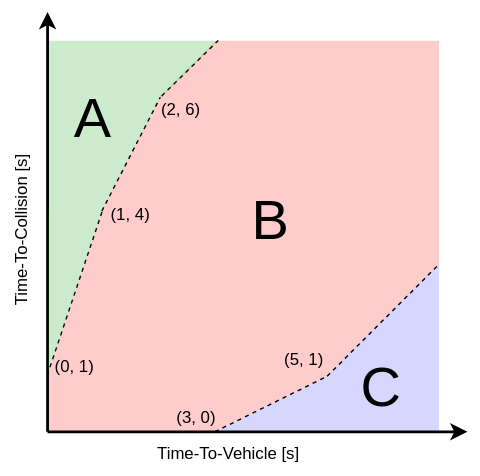
Above: pr-8165/planning/behavior_velocity_planner/autoware_behavior_velocity_crosswalk_module/docs/ttc_vs_ttv.drawio.svg in autowarefoundation/autoware_universe (draw.io), before the change. Source tidied: cells renumbered, new cells last; positions are measured from the earlier drawing's top-left corner, leaving out a move shared by most shapes. Its diagram source:
```xml
<mxGraphModel>
  <root>
    <mxCell id="0" />
    <mxCell id="1" parent="0" />
    <mxCell id="2" style="verticalLabelPosition=bottom;verticalAlign=top;html=1;shape=mxgraph.basic.diag_snip_rect;dx=60.33;whiteSpace=wrap;strokeColor=none;fillColor=#FF0000;opacity=20;" parent="1" vertex="1">
      <mxGeometry x="98.2" y="20.6" width="280" height="280" as="geometry" />
    </mxCell>
    <mxCell id="3" style="endArrow=none;dashed=1;html=1;rounded=0;" parent="1" edge="1">
      <mxGeometry relative="1" as="geometry">
        <mxPoint x="180" y="60" as="sourcePoint" />
        <mxPoint x="220.5" y="20.3" as="targetPoint" />
      </mxGeometry>
    </mxCell>
    <mxCell id="4" value="(5, 1)" style="text;html=1;strokeColor=none;fillColor=none;align=center;verticalAlign=middle;whiteSpace=wrap;rounded=0;" parent="1" vertex="1">
      <mxGeometry x="252" y="234" width="60" height="30" as="geometry" />
    </mxCell>
    <mxCell id="5" value="(1, 4)" style="text;html=1;strokeColor=none;fillColor=none;align=center;verticalAlign=middle;whiteSpace=wrap;rounded=0;" parent="1" vertex="1">
      <mxGeometry x="128.2" y="130.3" width="60" height="30" as="geometry" />
    </mxCell>
    <mxCell id="6" value="(2, 6)" style="text;html=1;strokeColor=none;fillColor=none;align=center;verticalAlign=middle;whiteSpace=wrap;rounded=0;" parent="1" vertex="1">
      <mxGeometry x="164.2" y="55.3" width="60" height="30" as="geometry" />
    </mxCell>
    <mxCell id="7" style="verticalLabelPosition=bottom;verticalAlign=top;html=1;shape=mxgraph.basic.orthogonal_triangle;fillColor=#3333FF;opacity=20;rotation=-90;strokeColor=none;" parent="1" vertex="1">
      <mxGeometry x="257.5" y="179.8" width="120.8" height="120.8" as="geometry" />
    </mxCell>
    <mxCell id="8" style="verticalLabelPosition=bottom;verticalAlign=top;html=1;shape=mxgraph.basic.orthogonal_triangle;fillColor=#FFFFFF;strokeColor=none;rotation=-90;" parent="1" vertex="1">
      <mxGeometry x="238.5" y="240" width="39.5" height="80.5" as="geometry" />
    </mxCell>
    <mxCell id="9" style="verticalLabelPosition=bottom;verticalAlign=top;html=1;shape=mxgraph.basic.orthogonal_triangle;fillColor=#009900;opacity=20;rotation=90;strokeColor=none;" parent="1" vertex="1">
      <mxGeometry x="99.2" y="20.6" width="120.8" height="120.8" as="geometry" />
    </mxCell>
    <mxCell id="10" style="verticalLabelPosition=bottom;verticalAlign=top;html=1;shape=mxgraph.basic.orthogonal_triangle;fillColor=#FFFFFF;strokeColor=none;rotation=-180;flipH=1;" parent="1" vertex="1">
      <mxGeometry x="98" y="60.5" width="81" height="157.5" as="geometry" />
    </mxCell>
    <mxCell id="11" value="(0, 1)" style="text;html=1;strokeColor=none;fillColor=none;align=center;verticalAlign=middle;whiteSpace=wrap;rounded=0;" parent="1" vertex="1">
      <mxGeometry x="87.5" y="239" width="60" height="30" as="geometry" />
    </mxCell>
    <mxCell id="12" value="(3, 0)" style="text;html=1;strokeColor=none;fillColor=none;align=center;verticalAlign=middle;whiteSpace=wrap;rounded=0;" parent="1" vertex="1">
      <mxGeometry x="175" y="275" width="60" height="30" as="geometry" />
    </mxCell>
    <mxCell id="13" value="Time-To-Vehicle [s]" style="text;html=1;strokeColor=none;fillColor=none;align=center;verticalAlign=middle;whiteSpace=wrap;rounded=0;" parent="1" vertex="1">
      <mxGeometry x="147.5" y="300.6" width="160" height="30" as="geometry" />
    </mxCell>
    <mxCell id="14" style="verticalLabelPosition=bottom;verticalAlign=top;html=1;shape=mxgraph.basic.orthogonal_triangle;fillColor=#009900;strokeColor=none;rotation=-180;flipH=1;opacity=20;" parent="1" vertex="1">
      <mxGeometry x="98" y="60.5" width="81" height="157.5" as="geometry" />
    </mxCell>
    <mxCell id="15" style="verticalLabelPosition=bottom;verticalAlign=top;html=1;shape=mxgraph.basic.orthogonal_triangle;fillColor=#FFFFFF;strokeColor=none;rotation=-180;flipH=1;" parent="1" vertex="1">
      <mxGeometry x="99" y="141" width="39" height="116.5" as="geometry" />
    </mxCell>
    <mxCell id="16" style="endArrow=none;dashed=1;html=1;rounded=0;" parent="1" edge="1">
      <mxGeometry relative="1" as="geometry">
        <mxPoint x="98.2" y="259.6" as="sourcePoint" />
        <mxPoint x="138.2" y="140.3" as="targetPoint" />
      </mxGeometry>
    </mxCell>
    <mxCell id="17" style="endArrow=classic;html=1;rounded=0;strokeWidth=2;" parent="1" edge="1">
      <mxGeometry relative="1" as="geometry">
        <mxPoint x="98.5" y="300" as="sourcePoint" />
        <mxPoint x="98.5" as="targetPoint" />
      </mxGeometry>
    </mxCell>
    <mxCell id="18" style="endArrow=none;dashed=1;html=1;rounded=0;" parent="1" edge="1">
      <mxGeometry relative="1" as="geometry">
        <mxPoint x="137.2" y="142.3" as="sourcePoint" />
        <mxPoint x="179" y="61" as="targetPoint" />
      </mxGeometry>
    </mxCell>
    <mxCell id="19" style="verticalLabelPosition=bottom;verticalAlign=top;html=1;shape=mxgraph.basic.orthogonal_triangle;fillColor=#FFFFFF;strokeColor=none;rotation=-90;" parent="1" vertex="1">
      <mxGeometry x="238.8" y="238.8" width="40.5" height="82" as="geometry" />
    </mxCell>
    <mxCell id="20" style="verticalLabelPosition=bottom;verticalAlign=top;html=1;shape=mxgraph.basic.orthogonal_triangle;fillColor=#3333FF;strokeColor=none;rotation=-90;opacity=20;" parent="1" vertex="1">
      <mxGeometry x="238.8" y="238.8" width="40.5" height="82" as="geometry" />
    </mxCell>
    <mxCell id="21" style="endArrow=none;dashed=1;html=1;rounded=0;" parent="1" edge="1">
      <mxGeometry relative="1" as="geometry">
        <mxPoint x="218" y="300" as="sourcePoint" />
        <mxPoint x="298.2" y="260.3" as="targetPoint" />
      </mxGeometry>
    </mxCell>
    <mxCell id="22" style="endArrow=classic;html=1;rounded=0;strokeWidth=2;" parent="1" edge="1">
      <mxGeometry relative="1" as="geometry">
        <mxPoint x="98.5" y="300" as="sourcePoint" />
        <mxPoint x="398.5" y="300" as="targetPoint" />
      </mxGeometry>
    </mxCell>
    <mxCell id="23" style="endArrow=none;dashed=1;html=1;rounded=0;" parent="1" edge="1">
      <mxGeometry relative="1" as="geometry">
        <mxPoint x="298.2" y="260.3" as="sourcePoint" />
        <mxPoint x="378.5" y="180" as="targetPoint" />
      </mxGeometry>
    </mxCell>
    <mxCell id="24" style="verticalLabelPosition=bottom;verticalAlign=top;html=1;shape=mxgraph.basic.orthogonal_triangle;fillColor=#009900;strokeColor=none;rotation=-180;flipH=1;opacity=20;" parent="1" vertex="1">
      <mxGeometry x="99" y="141" width="39" height="116.5" as="geometry" />
    </mxCell>
    <mxCell id="25" value="Time-To-Collision [s]" style="text;html=1;strokeColor=none;fillColor=none;align=center;verticalAlign=middle;whiteSpace=wrap;rounded=0;rotation=-90;" parent="1" vertex="1">
      <mxGeometry y="141" width="160" height="30" as="geometry" />
    </mxCell>
    <mxCell id="26" value="B" style="text;html=1;strokeColor=none;fillColor=none;align=center;verticalAlign=middle;whiteSpace=wrap;rounded=0;fontSize=40;" parent="1" vertex="1">
      <mxGeometry x="217.4" y="118.1" width="81.8" height="59.7" as="geometry" />
    </mxCell>
    <mxCell id="27" value="A" style="text;html=1;strokeColor=none;fillColor=none;align=center;verticalAlign=middle;whiteSpace=wrap;rounded=0;fontSize=40;" parent="1" vertex="1">
      <mxGeometry x="90" y="45" width="81.8" height="59.7" as="geometry" />
    </mxCell>
    <mxCell id="28" value="C" style="text;html=1;strokeColor=none;fillColor=none;align=center;verticalAlign=middle;whiteSpace=wrap;rounded=0;fontSize=40;" parent="1" vertex="1">
      <mxGeometry x="296.1" y="236.8" width="81.8" height="59.7" as="geometry" />
    </mxCell>
  </root>
</mxGraphModel>
```
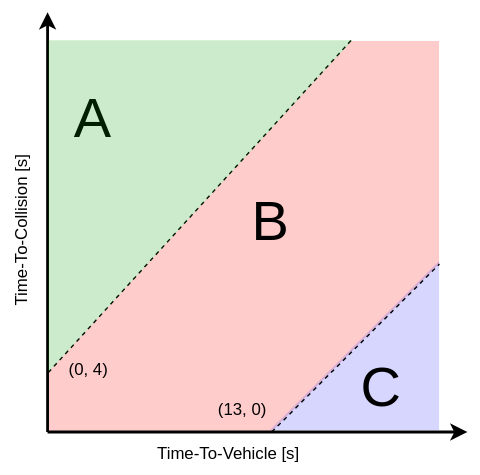
After the change.

What changed in the source:
```diff
@@ -1,80 +1,34 @@
-<mxGraphModel>
+<mxGraphModel background="light-dark(#FFFFFF,#FFFFFF)">
   <root>
     <mxCell id="0" />
     <mxCell id="1" parent="0" />
     <mxCell id="2" style="verticalLabelPosition=bottom;verticalAlign=top;html=1;shape=mxgraph.basic.diag_snip_rect;dx=60.33;whiteSpace=wrap;strokeColor=none;fillColor=#FF0000;opacity=20;" parent="1" vertex="1">
       <mxGeometry x="98.2" y="20.6" width="280" height="280" as="geometry" />
     </mxCell>
-    <mxCell id="3" style="endArrow=none;dashed=1;html=1;rounded=0;" parent="1" edge="1">
-      <mxGeometry relative="1" as="geometry">
-        <mxPoint x="180" y="60" as="sourcePoint" />
-        <mxPoint x="220.5" y="20.3" as="targetPoint" />
-      </mxGeometry>
-    </mxCell>
-    <mxCell id="4" value="(5, 1)" style="text;html=1;strokeColor=none;fillColor=none;align=center;verticalAlign=middle;whiteSpace=wrap;rounded=0;" parent="1" vertex="1">
-      <mxGeometry x="252" y="234" width="60" height="30" as="geometry" />
-    </mxCell>
-    <mxCell id="5" value="(1, 4)" style="text;html=1;strokeColor=none;fillColor=none;align=center;verticalAlign=middle;whiteSpace=wrap;rounded=0;" parent="1" vertex="1">
-      <mxGeometry x="128.2" y="130.3" width="60" height="30" as="geometry" />
-    </mxCell>
-    <mxCell id="6" value="(2, 6)" style="text;html=1;strokeColor=none;fillColor=none;align=center;verticalAlign=middle;whiteSpace=wrap;rounded=0;" parent="1" vertex="1">
-      <mxGeometry x="164.2" y="55.3" width="60" height="30" as="geometry" />
-    </mxCell>
     <mxCell id="7" style="verticalLabelPosition=bottom;verticalAlign=top;html=1;shape=mxgraph.basic.orthogonal_triangle;fillColor=#3333FF;opacity=20;rotation=-90;strokeColor=none;" parent="1" vertex="1">
-      <mxGeometry x="257.5" y="179.8" width="120.8" height="120.8" as="geometry" />
+      <mxGeometry x="257.5" y="177.8" width="120.8" height="120.8" as="geometry" />
     </mxCell>
-    <mxCell id="8" style="verticalLabelPosition=bottom;verticalAlign=top;html=1;shape=mxgraph.basic.orthogonal_triangle;fillColor=#FFFFFF;strokeColor=none;rotation=-90;" parent="1" vertex="1">
-      <mxGeometry x="238.5" y="240" width="39.5" height="80.5" as="geometry" />
-    </mxCell>
-    <mxCell id="9" style="verticalLabelPosition=bottom;verticalAlign=top;html=1;shape=mxgraph.basic.orthogonal_triangle;fillColor=#009900;opacity=20;rotation=90;strokeColor=none;" parent="1" vertex="1">
-      <mxGeometry x="99.2" y="20.6" width="120.8" height="120.8" as="geometry" />
-    </mxCell>
     <mxCell id="10" style="verticalLabelPosition=bottom;verticalAlign=top;html=1;shape=mxgraph.basic.orthogonal_triangle;fillColor=#FFFFFF;strokeColor=none;rotation=-180;flipH=1;" parent="1" vertex="1">
       <mxGeometry x="98" y="60.5" width="81" height="157.5" as="geometry" />
     </mxCell>
-    <mxCell id="11" value="(0, 1)" style="text;html=1;strokeColor=none;fillColor=none;align=center;verticalAlign=middle;whiteSpace=wrap;rounded=0;" parent="1" vertex="1">
-      <mxGeometry x="87.5" y="239" width="60" height="30" as="geometry" />
-    </mxCell>
-    <mxCell id="12" value="(3, 0)" style="text;html=1;strokeColor=none;fillColor=none;align=center;verticalAlign=middle;whiteSpace=wrap;rounded=0;" parent="1" vertex="1">
-      <mxGeometry x="175" y="275" width="60" height="30" as="geometry" />
+    <mxCell id="12" value="(13, 0)" style="text;html=1;strokeColor=none;fillColor=none;align=center;verticalAlign=middle;whiteSpace=wrap;rounded=0;" parent="1" vertex="1">
+      <mxGeometry x="208.2" y="268.6" width="60" height="30" as="geometry" />
     </mxCell>
     <mxCell id="13" value="Time-To-Vehicle [s]" style="text;html=1;strokeColor=none;fillColor=none;align=center;verticalAlign=middle;whiteSpace=wrap;rounded=0;" parent="1" vertex="1">
       <mxGeometry x="147.5" y="300.6" width="160" height="30" as="geometry" />
     </mxCell>
-    <mxCell id="14" style="verticalLabelPosition=bottom;verticalAlign=top;html=1;shape=mxgraph.basic.orthogonal_triangle;fillColor=#009900;strokeColor=none;rotation=-180;flipH=1;opacity=20;" parent="1" vertex="1">
-      <mxGeometry x="98" y="60.5" width="81" height="157.5" as="geometry" />
-    </mxCell>
     <mxCell id="15" style="verticalLabelPosition=bottom;verticalAlign=top;html=1;shape=mxgraph.basic.orthogonal_triangle;fillColor=#FFFFFF;strokeColor=none;rotation=-180;flipH=1;" parent="1" vertex="1">
-      <mxGeometry x="99" y="141" width="39" height="116.5" as="geometry" />
+      <mxGeometry x="99" y="20" width="217" height="237.5" as="geometry" />
     </mxCell>
-    <mxCell id="16" style="endArrow=none;dashed=1;html=1;rounded=0;" parent="1" edge="1">
-      <mxGeometry relative="1" as="geometry">
-        <mxPoint x="98.2" y="259.6" as="sourcePoint" />
-        <mxPoint x="138.2" y="140.3" as="targetPoint" />
-      </mxGeometry>
-    </mxCell>
     <mxCell id="17" style="endArrow=classic;html=1;rounded=0;strokeWidth=2;" parent="1" edge="1">
       <mxGeometry relative="1" as="geometry">
         <mxPoint x="98.5" y="300" as="sourcePoint" />
         <mxPoint x="98.5" as="targetPoint" />
       </mxGeometry>
     </mxCell>
-    <mxCell id="18" style="endArrow=none;dashed=1;html=1;rounded=0;" parent="1" edge="1">
-      <mxGeometry relative="1" as="geometry">
-        <mxPoint x="137.2" y="142.3" as="sourcePoint" />
-        <mxPoint x="179" y="61" as="targetPoint" />
-      </mxGeometry>
-    </mxCell>
-    <mxCell id="19" style="verticalLabelPosition=bottom;verticalAlign=top;html=1;shape=mxgraph.basic.orthogonal_triangle;fillColor=#FFFFFF;strokeColor=none;rotation=-90;" parent="1" vertex="1">
-      <mxGeometry x="238.8" y="238.8" width="40.5" height="82" as="geometry" />
-    </mxCell>
-    <mxCell id="20" style="verticalLabelPosition=bottom;verticalAlign=top;html=1;shape=mxgraph.basic.orthogonal_triangle;fillColor=#3333FF;strokeColor=none;rotation=-90;opacity=20;" parent="1" vertex="1">
-      <mxGeometry x="238.8" y="238.8" width="40.5" height="82" as="geometry" />
-    </mxCell>
-    <mxCell id="21" style="endArrow=none;dashed=1;html=1;rounded=0;" parent="1" edge="1">
+    <mxCell id="21" style="endArrow=none;dashed=1;html=1;rounded=0;" parent="1" edge="1" target="2">
       <mxGeometry relative="1" as="geometry">
         <mxPoint x="218" y="300" as="sourcePoint" />
-        <mxPoint x="298.2" y="260.3" as="targetPoint" />
       </mxGeometry>
     </mxCell>
     <mxCell id="22" style="endArrow=classic;html=1;rounded=0;strokeWidth=2;" parent="1" edge="1">
@@ -83,15 +37,6 @@
         <mxPoint x="398.5" y="300" as="targetPoint" />
       </mxGeometry>
     </mxCell>
-    <mxCell id="23" style="endArrow=none;dashed=1;html=1;rounded=0;" parent="1" edge="1">
-      <mxGeometry relative="1" as="geometry">
-        <mxPoint x="298.2" y="260.3" as="sourcePoint" />
-        <mxPoint x="378.5" y="180" as="targetPoint" />
-      </mxGeometry>
-    </mxCell>
-    <mxCell id="24" style="verticalLabelPosition=bottom;verticalAlign=top;html=1;shape=mxgraph.basic.orthogonal_triangle;fillColor=#009900;strokeColor=none;rotation=-180;flipH=1;opacity=20;" parent="1" vertex="1">
-      <mxGeometry x="99" y="141" width="39" height="116.5" as="geometry" />
-    </mxCell>
     <mxCell id="25" value="Time-To-Collision [s]" style="text;html=1;strokeColor=none;fillColor=none;align=center;verticalAlign=middle;whiteSpace=wrap;rounded=0;rotation=-90;" parent="1" vertex="1">
       <mxGeometry y="141" width="160" height="30" as="geometry" />
     </mxCell>
@@ -104,5 +49,21 @@
     <mxCell id="28" value="C" style="text;html=1;strokeColor=none;fillColor=none;align=center;verticalAlign=middle;whiteSpace=wrap;rounded=0;fontSize=40;" parent="1" vertex="1">
       <mxGeometry x="296.1" y="236.8" width="81.8" height="59.7" as="geometry" />
     </mxCell>
+    <mxCell id="11" value="(0, 4)" style="text;html=1;strokeColor=none;fillColor=none;align=center;verticalAlign=middle;whiteSpace=wrap;rounded=0;" parent="1" vertex="1">
+      <mxGeometry x="98" y="240.6" width="60" height="30" as="geometry" />
+    </mxCell>
+    <mxCell id="3" style="endArrow=none;dashed=1;html=1;rounded=0;entryX=0.776;entryY=-0.002;entryDx=0;entryDy=0;entryPerimeter=0;" parent="1" edge="1" target="2">
+      <mxGeometry relative="1" as="geometry">
+        <mxPoint x="99" y="257.5" as="sourcePoint" />
+      </mxGeometry>
+    </mxCell>
+    <mxCell id="23" style="endArrow=none;dashed=1;html=1;rounded=0;exitX=0.573;exitY=0.998;exitDx=0;exitDy=0;exitPerimeter=0;" parent="1" edge="1" source="2">
+      <mxGeometry relative="1" as="geometry">
+        <mxPoint x="378.5" y="180" as="targetPoint" />
+      </mxGeometry>
+    </mxCell>
+    <mxCell id="14" style="verticalLabelPosition=bottom;verticalAlign=top;html=1;shape=mxgraph.basic.orthogonal_triangle;fillColor=#009900;strokeColor=none;rotation=-180;flipH=1;opacity=20;" parent="1" vertex="1">
+      <mxGeometry x="99" y="20" width="217.3" height="237.5" as="geometry" />
+    </mxCell>
   </root>
 </mxGraphModel>
```
